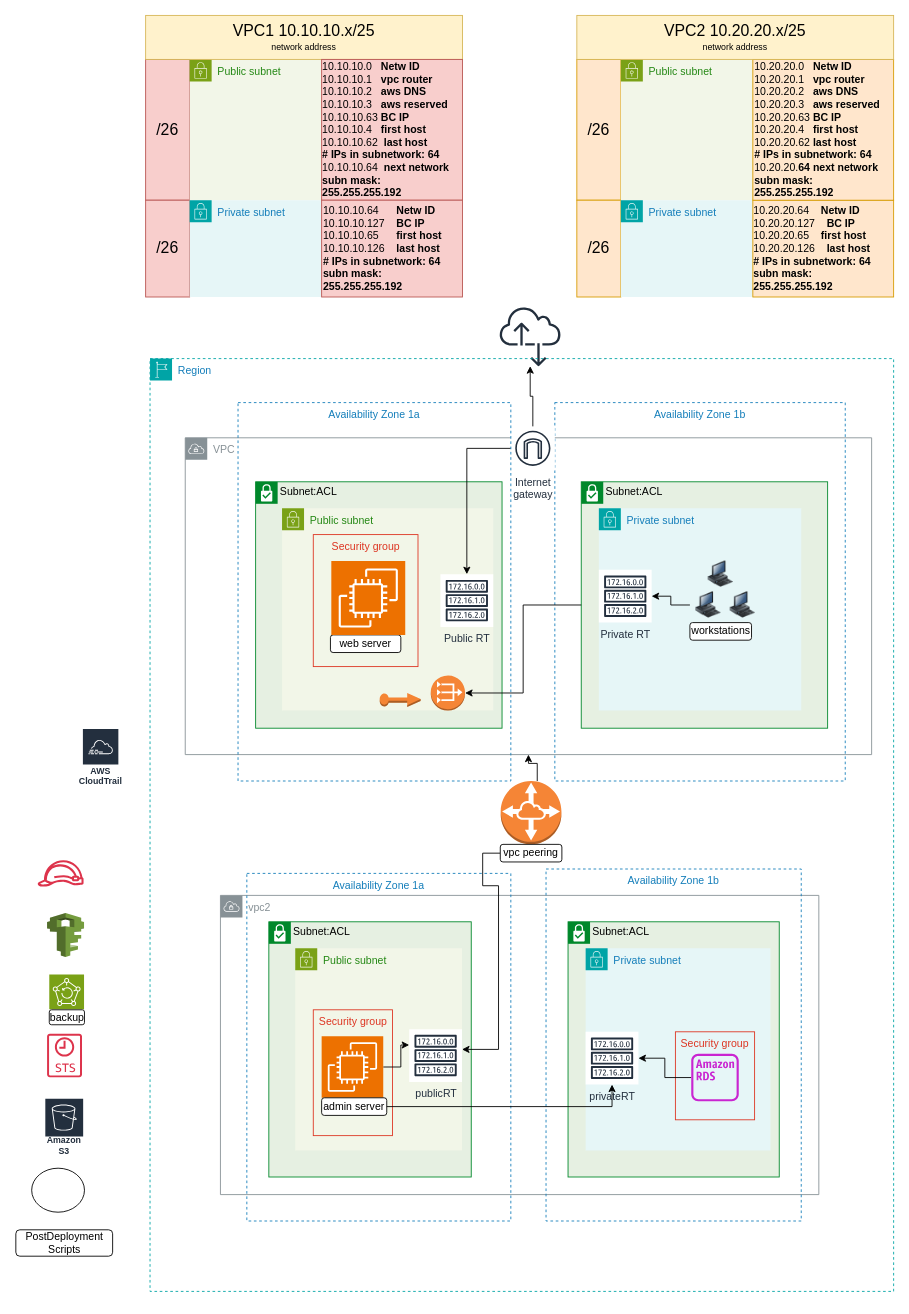
The draw.io diagram 10_Final_Project/diagram_v1.0/FinalProject-v1.0.drawio in techgrounds/techgrounds-FvL69-1, before the edit. Source tidied: cells renumbered, new cells numbered last; positions are measured from the earlier drawing's top-left corner, leaving out a move shared by most shapes. Both pictures are drawn from the tidied source at 88%, with x=0, y=0 at pixel (15, 15).
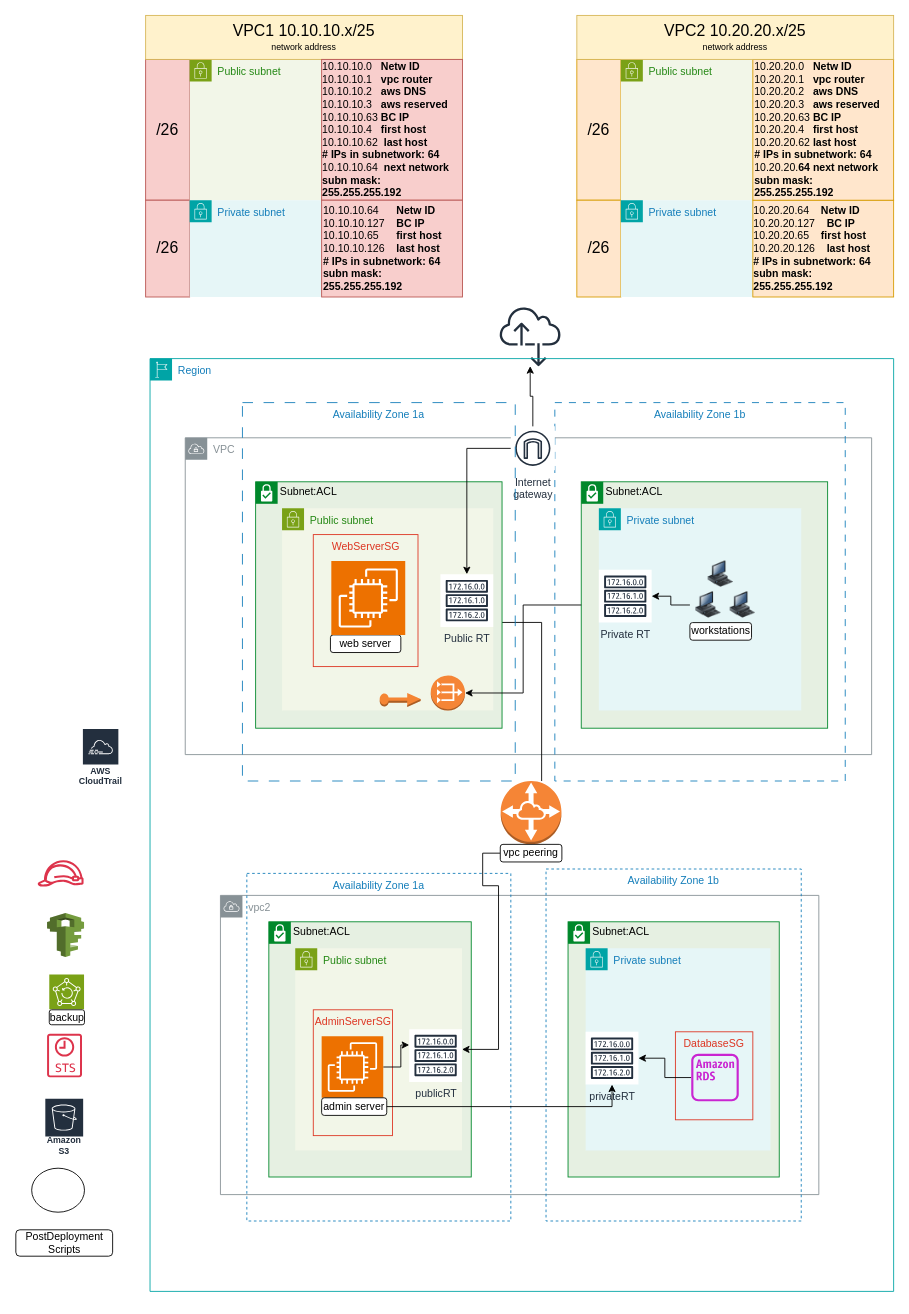
After the change.

The change refers to these unchanged cells:
```xml
<mxCell id="32" value="Public subnet" style="gradientColor=none;html=1;whiteSpace=wrap;fontSize=12;fontStyle=0;shape=mxgraph.aws4.group;grIcon=mxgraph.aws4.group_security_group;grStroke=0;strokeColor=#7AA116;fillColor=#F2F6E8;verticalAlign=top;align=left;spacingLeft=30;fontColor=#248814;dashed=0;" parent="31" vertex="1">
  <mxGeometry x="30" y="30" width="189.5" height="230" as="geometry" />
</mxCell>
<mxCell id="37" value="admin server" style="rounded=1;whiteSpace=wrap;html=1;" parent="31" vertex="1">
  <mxGeometry x="60" y="200" width="74" height="20" as="geometry" />
</mxCell>
<mxCell id="39" value="Private subnet" style="gradientColor=none;html=1;whiteSpace=wrap;fontSize=12;fontStyle=0;shape=mxgraph.aws4.group;grIcon=mxgraph.aws4.group_security_group;grStroke=0;strokeColor=#00A4A6;fillColor=#E6F6F7;verticalAlign=top;align=left;spacingLeft=30;fontColor=#147EBA;dashed=0;" parent="38" vertex="1">
  <mxGeometry x="20" y="30" width="210" height="230" as="geometry" />
</mxCell>
<mxCell id="43" value="privateRT" style="sketch=0;outlineConnect=0;fontColor=#232F3E;gradientColor=none;strokeColor=#232F3E;fillColor=#ffffff;dashed=0;verticalLabelPosition=bottom;verticalAlign=top;align=center;html=1;fontSize=12;fontStyle=0;shape=mxgraph.aws4.resourceIcon;resIcon=mxgraph.aws4.route_table;" parent="38" vertex="1">
  <mxGeometry x="20" y="125" width="60" height="60" as="geometry" />
</mxCell>
<mxCell id="45" style="outlineConnect=0;dashed=0;verticalLabelPosition=bottom;verticalAlign=top;align=center;html=1;shape=mxgraph.aws3.vpc_peering;fillColor=#F58536;gradientColor=none;" parent="27" vertex="1">
  <mxGeometry x="398.5" y="480" width="69" height="72" as="geometry" />
</mxCell>
<mxCell id="46" value="VPC" style="sketch=0;outlineConnect=0;gradientColor=none;html=1;whiteSpace=wrap;fontSize=12;fontStyle=0;shape=mxgraph.aws4.group;grIcon=mxgraph.aws4.group_vpc;strokeColor=#879196;fillColor=none;verticalAlign=top;align=left;spacingLeft=30;fontColor=#879196;dashed=0;" parent="27" vertex="1">
  <mxGeometry x="40" y="90" width="780" height="360" as="geometry" />
</mxCell>
<mxCell id="59" value="Public subnet" style="gradientColor=none;html=1;whiteSpace=wrap;fontSize=12;fontStyle=0;shape=mxgraph.aws4.group;grIcon=mxgraph.aws4.group_security_group;grStroke=0;strokeColor=#7AA116;fillColor=#F2F6E8;verticalAlign=top;align=left;spacingLeft=30;fontColor=#248814;dashed=0;" parent="58" vertex="1">
  <mxGeometry x="30" y="30" width="240" height="230" as="geometry" />
</mxCell>
```

Change to the diagram source:
```diff
@@
-    <mxCell id="27" value="Region" style="points=[[0,0],[0.25,0],[0.5,0],[0.75,0],[1,0],[1,0.25],[1,0.5],[1,0.75],[1,1],[0.75,1],[0.5,1],[0.25,1],[0,1],[0,0.75],[0,0.5],[0,0.25]];outlineConnect=0;gradientColor=none;html=1;whiteSpace=wrap;fontSize=12;fontStyle=0;shape=mxgraph.aws4.group;grIcon=mxgraph.aws4.group_region;strokeColor=#00A4A6;fillColor=none;verticalAlign=top;align=left;spacingLeft=30;fontColor=#147EBA;dashed=1;" parent="1" vertex="1">
+    <mxCell id="27" value="Region" style="points=[[0,0],[0.25,0],[0.5,0],[0.75,0],[1,0],[1,0.25],[1,0.5],[1,0.75],[1,1],[0.75,1],[0.5,1],[0.25,1],[0,1],[0,0.75],[0,0.5],[0,0.25]];outlineConnect=0;gradientColor=none;html=1;whiteSpace=wrap;fontSize=12;fontStyle=0;shape=mxgraph.aws4.group;grIcon=mxgraph.aws4.group_region;strokeColor=#00A4A6;fillColor=none;verticalAlign=top;align=left;spacingLeft=30;fontColor=#147EBA;" parent="1" vertex="1">
       <mxGeometry x="153" y="390" width="845" height="1060" as="geometry" />
     </mxCell>
@@
-    <mxCell id="34" value="Security group" style="fillColor=none;strokeColor=#DD3522;verticalAlign=top;fontStyle=0;fontColor=#DD3522;whiteSpace=wrap;html=1;" parent="32" vertex="1">
+    <mxCell id="34" value="AdminServerSG" style="fillColor=none;strokeColor=#DD3522;verticalAlign=top;fontStyle=0;fontColor=#DD3522;whiteSpace=wrap;html=1;" parent="32" vertex="1">
       <mxGeometry x="20.5" y="70" width="90" height="143" as="geometry" />
     </mxCell>
@@
-    <mxCell id="40" value="Security group" style="fillColor=none;strokeColor=#DD3522;verticalAlign=top;fontStyle=0;fontColor=#DD3522;whiteSpace=wrap;html=1;" parent="39" vertex="1">
-      <mxGeometry x="102" y="95" width="90" height="100" as="geometry" />
+    <mxCell id="40" value="DatabaseSG" style="fillColor=none;strokeColor=#DD3522;verticalAlign=top;fontStyle=0;fontColor=#DD3522;whiteSpace=wrap;html=1;" parent="39" vertex="1">
+      <mxGeometry x="102" y="95" width="88" height="100" as="geometry" />
     </mxCell>
@@
-    <mxCell id="47" style="edgeStyle=orthogonalEdgeStyle;rounded=0;jettySize=auto;html=1;" parent="27" edge="1" source="45" target="46">
+    <mxCell id="47" style="edgeStyle=orthogonalEdgeStyle;rounded=0;jettySize=auto;html=1;entryX=0.903;entryY=0.581;entryDx=0;entryDy=0;entryPerimeter=0;" parent="27" edge="1" source="45" target="70">
       <mxGeometry relative="1" as="geometry">
         <Array as="points">
-          <mxPoint x="440" y="460" />
-          <mxPoint x="430" y="460" />
+          <mxPoint x="445" y="300" />
         </Array>
       </mxGeometry>
     </mxCell>
-    <mxCell id="48" value="Availability Zone 1b" style="fillColor=none;strokeColor=#147EBA;dashed=1;verticalAlign=top;fontStyle=0;fontColor=#147EBA;whiteSpace=wrap;html=1;" parent="27" vertex="1">
+    <mxCell id="48" value="Availability Zone 1b" style="fillColor=none;strokeColor=#147EBA;verticalAlign=top;fontStyle=0;fontColor=#147EBA;whiteSpace=wrap;html=1;dashed=1;dashPattern=8 8;" parent="27" vertex="1">
       <mxGeometry x="460" y="50" width="330" height="430" as="geometry" />
     </mxCell>
@@
-    <mxCell id="62" value="Security group" style="fillColor=none;strokeColor=#DD3522;verticalAlign=top;fontStyle=0;fontColor=#DD3522;whiteSpace=wrap;html=1;" parent="59" vertex="1">
+    <mxCell id="62" value="WebServerSG" style="fillColor=none;strokeColor=#DD3522;verticalAlign=top;fontStyle=0;fontColor=#DD3522;whiteSpace=wrap;html=1;" parent="59" vertex="1">
       <mxGeometry x="35.5" y="30" width="119" height="150" as="geometry" />
     </mxCell>
@@
+    <mxCell id="71" style="edgeStyle=orthogonalEdgeStyle;rounded=0;jettySize=auto;html=1;" parent="27" edge="1" source="37" target="43">
+      <mxGeometry relative="1" as="geometry" />
+    </mxCell>
-    <mxCell id="70" value="Availability Zone 1a" style="fillColor=none;strokeColor=#147EBA;dashed=1;verticalAlign=top;fontStyle=0;fontColor=#147EBA;whiteSpace=wrap;html=1;" parent="27" vertex="1">
-      <mxGeometry x="100" y="50" width="310" height="430" as="geometry" />
+    <mxCell id="70" value="Availability Zone 1a" style="fillColor=none;strokeColor=#147EBA;verticalAlign=top;fontStyle=0;fontColor=#147EBA;whiteSpace=wrap;html=1;dashed=1;dashPattern=12 12;" parent="27" vertex="1">
+      <mxGeometry x="105" y="50" width="310" height="430" as="geometry" />
     </mxCell>
-    <mxCell id="71" style="edgeStyle=orthogonalEdgeStyle;rounded=0;jettySize=auto;html=1;" parent="27" edge="1" source="37" target="43">
-      <mxGeometry relative="1" as="geometry" />
-    </mxCell>
```
